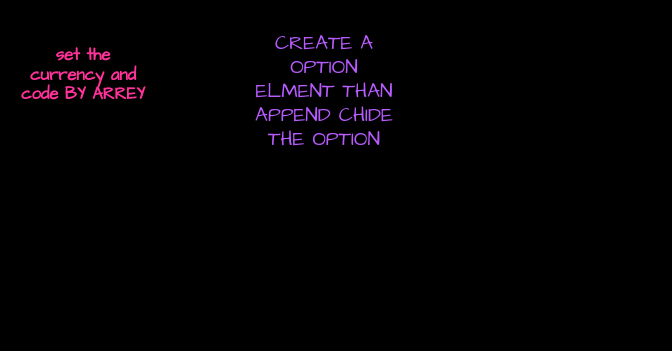
Earlier version of the draw.io diagram currency converter/diagram.drawio (sauarv2/javascript-project-3). Source tidied: cells renumbered, new cells numbered last; positions are measured from the earlier drawing's top-left corner, leaving out a move shared by most shapes. Both pictures are drawn from the tidied source at 100%, with x=0, y=0 at pixel (17, 18).
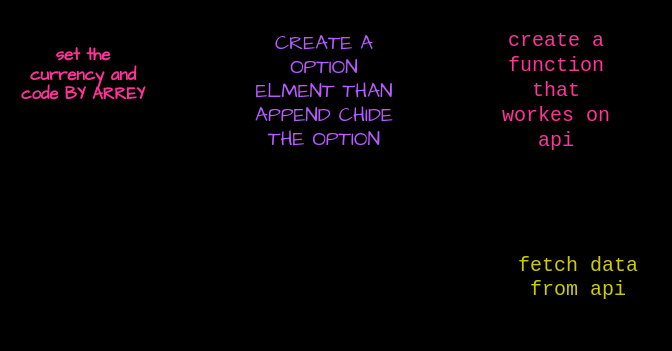
The same page after the edit.

Change to the diagram source:
```diff
@@
 <mxGraphModel background="#000000">
   <root>
     <mxCell id="0" />
     <mxCell id="1" parent="0" />
     <mxCell id="2" style="edgeStyle=none;sketch=1;hachureGap=4;jiggle=2;curveFitting=1;html=1;fontFamily=Architects Daughter;fontSize=16;fontColor=#B85CFF;entryX=-0.017;entryY=0.406;entryDx=0;entryDy=0;entryPerimeter=0;" parent="1" edge="1" source="3" target="4">
       <mxGeometry relative="1" as="geometry" />
     </mxCell>
     <mxCell id="3" value="&lt;h5&gt;&lt;font color=&quot;#ff3399&quot;&gt;set the currency and code BY ARREY&lt;/font&gt;&lt;/h5&gt;" style="whiteSpace=wrap;html=1;sketch=1;hachureGap=4;jiggle=2;curveFitting=1;fontFamily=Architects Daughter;fontSize=20;fillColor=none;strokeColor=default;dashed=1;rounded=1;glass=1;" parent="1" vertex="1">
       <mxGeometry y="17" width="132" height="79" as="geometry" />
     </mxCell>
+    <mxCell id="5" style="edgeStyle=none;sketch=1;hachureGap=4;jiggle=2;curveFitting=1;html=1;entryX=0;entryY=0.5;entryDx=0;entryDy=0;fontFamily=Courier New;fontSize=16;fontColor=#FF3399;" parent="1" edge="1" source="4" target="7">
+      <mxGeometry relative="1" as="geometry" />
+    </mxCell>
     <mxCell id="4" value="CREATE A OPTION ELMENT THAN APPEND CHIDE THE OPTION" style="whiteSpace=wrap;html=1;rounded=1;glass=1;dashed=1;sketch=1;hachureGap=4;jiggle=2;curveFitting=1;strokeColor=default;fontFamily=Architects Daughter;fontSize=20;fontColor=#B85CFF;fillColor=none;" parent="1" vertex="1">
       <mxGeometry x="237" width="140" height="144" as="geometry" />
     </mxCell>
+    <mxCell id="6" style="edgeStyle=none;sketch=1;hachureGap=4;jiggle=2;curveFitting=1;html=1;fontFamily=Courier New;fontSize=16;fontColor=#FF3399;" parent="1" edge="1" source="7" target="8">
+      <mxGeometry relative="1" as="geometry" />
+    </mxCell>
+    <mxCell id="7" value="&lt;font face=&quot;Courier New&quot;&gt;create a function that workes on api&lt;/font&gt;" style="whiteSpace=wrap;html=1;rounded=1;glass=1;dashed=1;sketch=1;hachureGap=4;jiggle=2;curveFitting=1;strokeColor=default;fontFamily=Architects Daughter;fontSize=20;fontColor=#FF3399;fillColor=none;" parent="1" vertex="1">
+      <mxGeometry x="474" y="7" width="130" height="130" as="geometry" />
+    </mxCell>
+    <mxCell id="8" value="&lt;font color=&quot;#cccc00&quot;&gt;fetch data from api&lt;/font&gt;" style="shape=display;whiteSpace=wrap;html=1;rounded=1;glass=1;dashed=1;hachureGap=4;strokeColor=default;fontFamily=Courier New;fontSize=20;fontColor=#FF3399;fillColor=none;sketch=1;curveFitting=1;jiggle=2;size=0;" parent="1" vertex="1">
+      <mxGeometry x="485" y="202" width="152" height="113" as="geometry" />
+    </mxCell>
   </root>
 </mxGraphModel>
```
